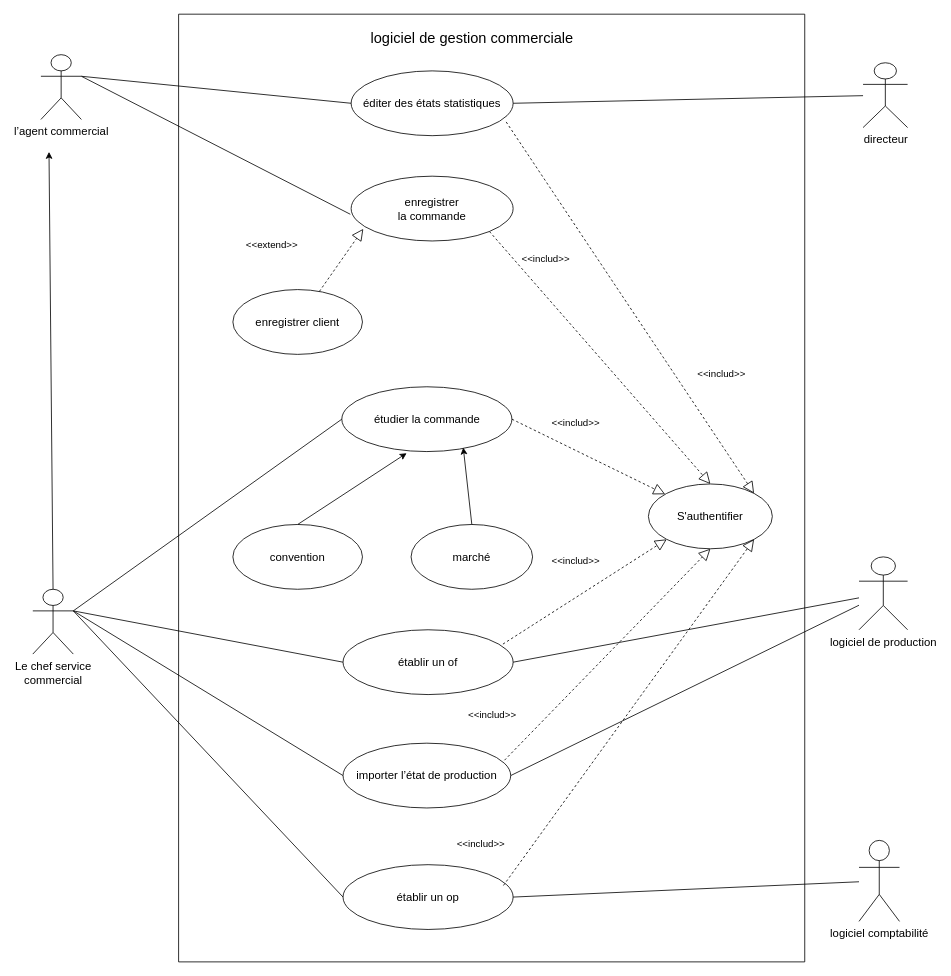
Before: logiciel de gestion commerciale.drawio in ImadSahili/salaat, a draw.io diagram. Source tidied: cells renumbered, new cells numbered last; positions are measured from the earlier drawing's top-left corner, leaving out a move shared by most shapes. Both pictures are drawn from the tidied source at 81%, with x=0, y=0 at pixel (32, 14).
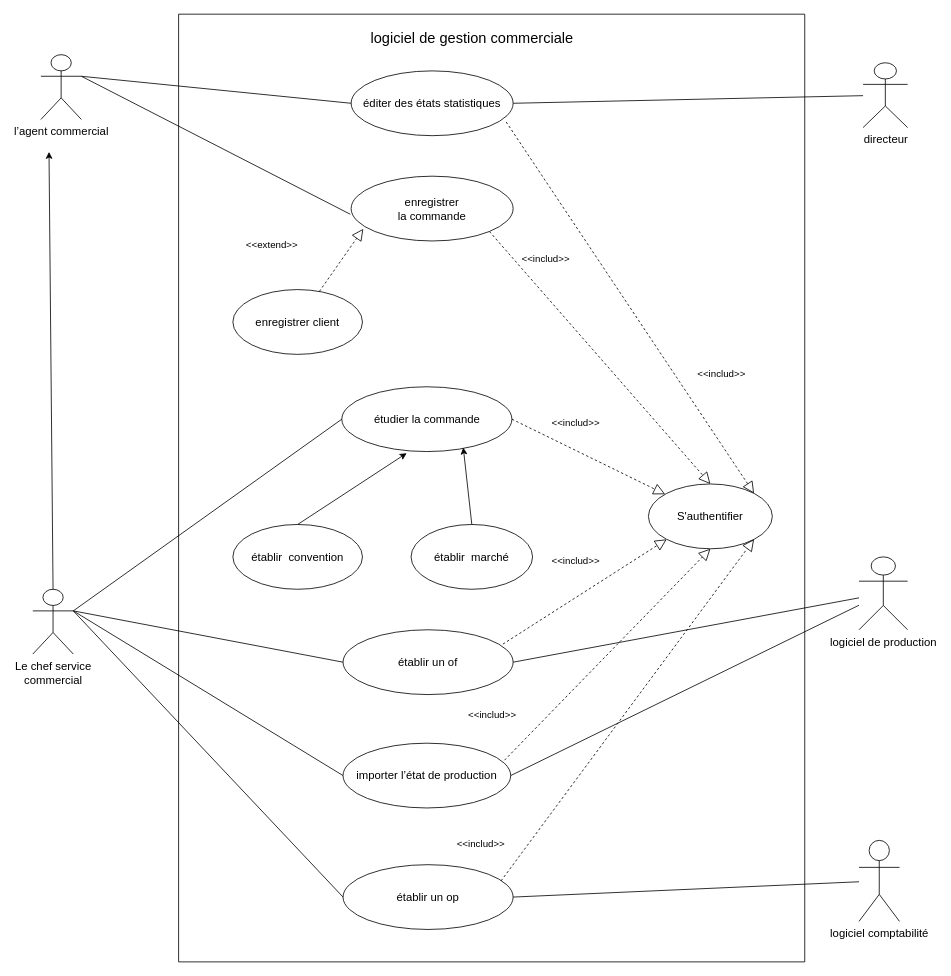
The same diagram, later.

Commit message:
Mettre à jour logiciel de gestion commerciale.drawio

The change refers to these unchanged cells:
```xml
<mxCell id="2" style="swimlane;startSize=0;" parent="1" vertex="1">
  <mxGeometry x="180" width="773" height="1170" as="geometry" />
</mxCell>
<mxCell id="14" value="&lt;font style=&quot;font-size: 14px;&quot;&gt;établir un op&lt;/font&gt;" style="ellipse;whiteSpace=wrap;html=1;" parent="2" vertex="1">
  <mxGeometry x="203" y="1050" width="210" height="80" as="geometry" />
</mxCell>
<mxCell id="17" value="&lt;font style=&quot;font-size: 14px;&quot;&gt;S'authentifier&lt;/font&gt;" style="ellipse;whiteSpace=wrap;html=1;" parent="2" vertex="1">
  <mxGeometry x="580" y="580" width="153" height="80" as="geometry" />
</mxCell>
```

What changed in the source:
```diff
@@
-    <mxCell id="9" value="&lt;font style=&quot;font-size: 14px;&quot;&gt;convention&lt;/font&gt;" style="ellipse;whiteSpace=wrap;html=1;" parent="2" vertex="1">
+    <mxCell id="9" value="&lt;font style=&quot;font-size: 14px;&quot;&gt;établir&amp;nbsp;&amp;nbsp;convention&lt;/font&gt;" style="ellipse;whiteSpace=wrap;html=1;" parent="2" vertex="1">
       <mxGeometry x="67" y="630" width="160" height="80" as="geometry" />
     </mxCell>
-    <mxCell id="10" value="&lt;font style=&quot;font-size: 14px;&quot;&gt;marché&lt;/font&gt;" style="ellipse;whiteSpace=wrap;html=1;" parent="2" vertex="1">
+    <mxCell id="10" value="&lt;font style=&quot;font-size: 14px;&quot;&gt;établir&amp;nbsp;&amp;nbsp;marché&lt;/font&gt;" style="ellipse;whiteSpace=wrap;html=1;" parent="2" vertex="1">
       <mxGeometry x="287" y="630" width="150" height="80" as="geometry" />
     </mxCell>
@@
-    <mxCell id="18" style="endArrow=block;dashed=1;endFill=0;endSize=12;html=1;rounded=0;exitX=0.943;exitY=0.321;exitDx=0;exitDy=0;exitPerimeter=0;entryX=1;entryY=1;entryDx=0;entryDy=0;" parent="2" edge="1" source="14" target="17">
+    <mxCell id="18" style="endArrow=block;dashed=1;endFill=0;endSize=12;html=1;rounded=0;entryX=1;entryY=1;entryDx=0;entryDy=0;exitX=0.929;exitY=0.25;exitDx=0;exitDy=0;exitPerimeter=0;" parent="2" edge="1" source="14" target="17">
       <mxGeometry relative="1" as="geometry" />
     </mxCell>
```
